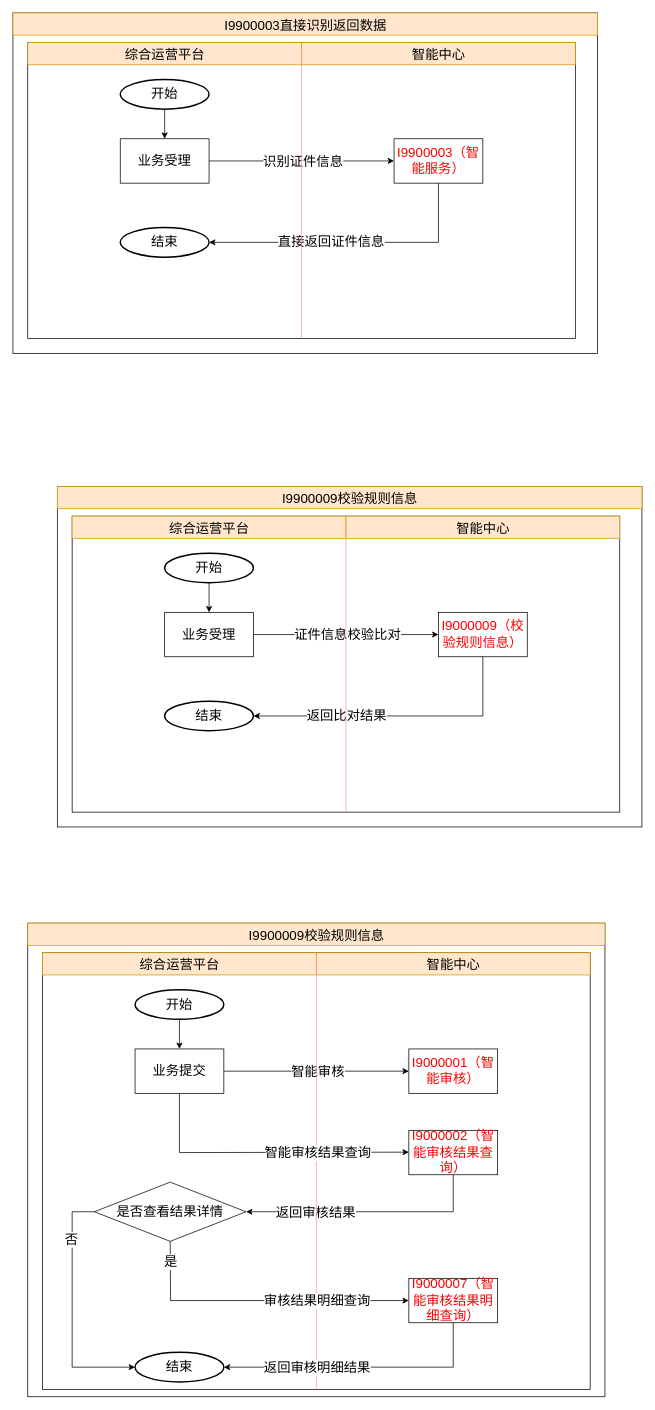
Earlier version of the draw.io diagram 调用说明.drawio (ZouShuYou/diagrams). Source tidied: cells renumbered, new cells numbered last; positions are measured from the earlier drawing's top-left corner, leaving out a move shared by most shapes. Both pictures are drawn from the tidied source at 74%, with x=0, y=0 at pixel (13, 13).
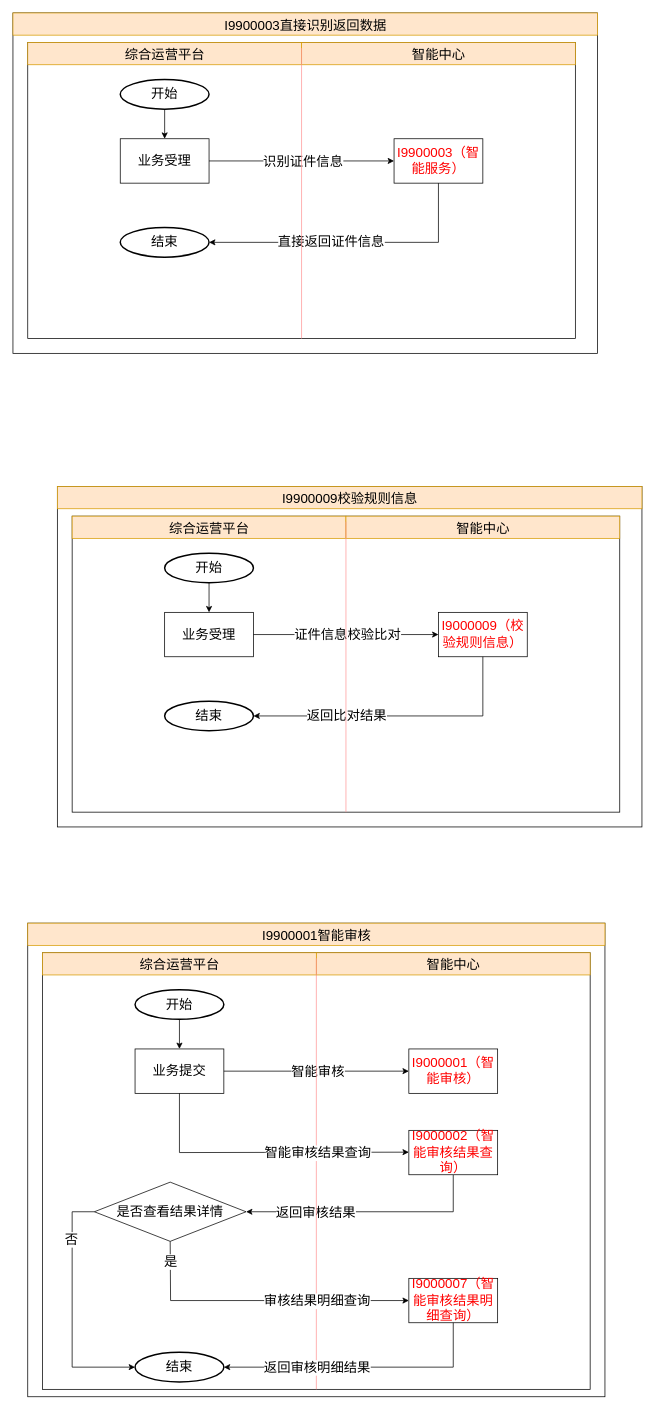
After the change.

Commit message (it also covers changes not shown here):
更新调用说明.drawio

The edit, as a diff of the source:
```diff
@@
-    <mxCell id="34" value="&lt;font style=&quot;font-weight: normal ; font-size: 18px&quot;&gt;I9900009校验规则信息&lt;/font&gt;" style="text;strokeColor=#d79b00;fillColor=#ffe6cc;html=1;fontSize=24;fontStyle=1;verticalAlign=middle;align=center;" parent="1" vertex="1">
+    <mxCell id="34" value="&lt;font style=&quot;font-weight: normal ; font-size: 18px&quot;&gt;I9900001智能审核&lt;/font&gt;" style="text;strokeColor=#d79b00;fillColor=#ffe6cc;html=1;fontSize=24;fontStyle=1;verticalAlign=middle;align=center;" parent="1" vertex="1">
       <mxGeometry x="20" y="1230" width="780" height="30" as="geometry" />
     </mxCell>
```
